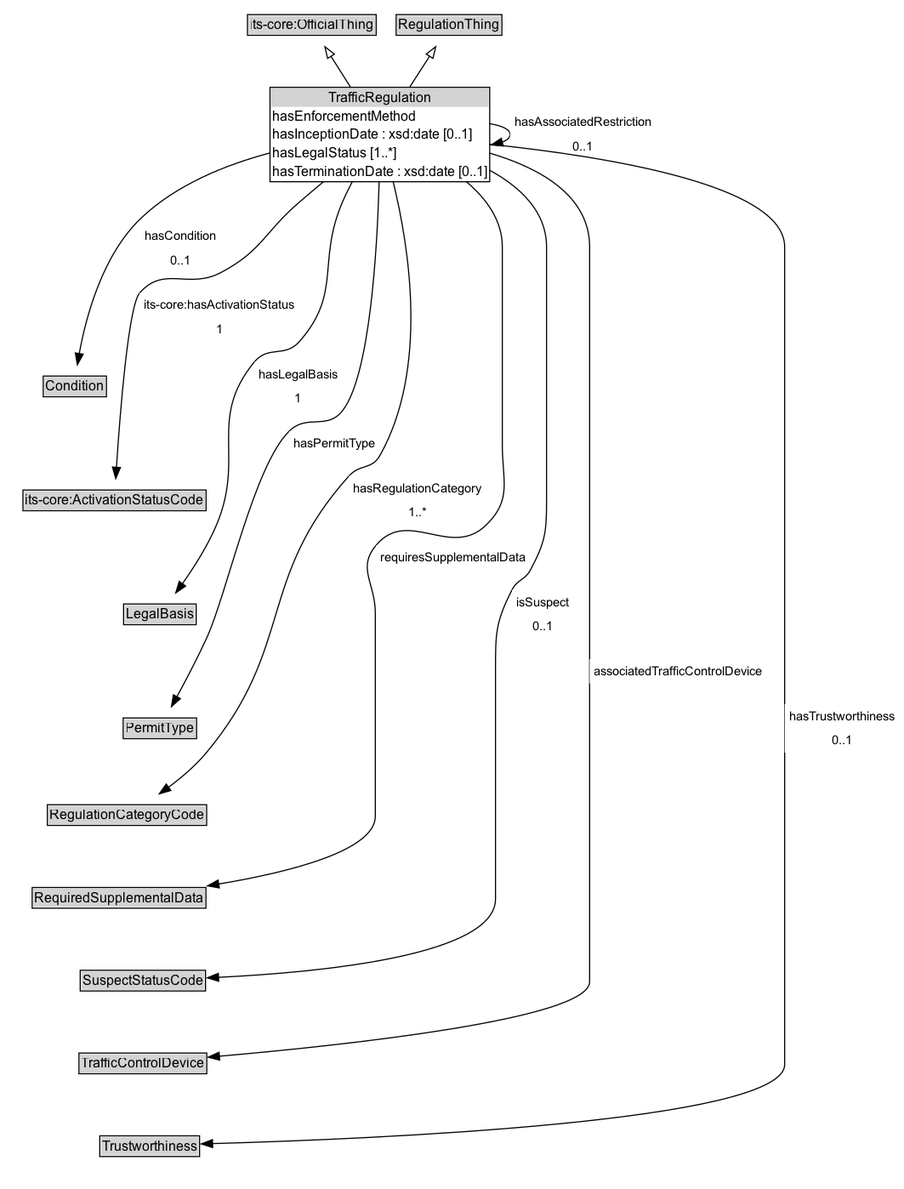
Earlier version of the Graphviz export docs/diagrams/TrafficRegulation.dot.png (k-vaughn/ontology-its-regulation). Its source is kept beside it as docs/diagrams/TrafficRegulation.dot. Source of this version:
```dot
digraph {
	graph [overlap=false rankdir=TB splines=true]
	node [fontname=Arial fontsize=12 margin=0 shape=none]
	edge [fontname=Arial fontsize=11]
	{
		rank=source
		"its-core_OfficialThing" [label=<<TABLE BORDER="1" CELLBORDER="0" CELLSPACING="0" CELLPADDING="1"><TR><TD BGCOLOR="lightgray" ALIGN="CENTER">its-core:OfficialThing</TD></TR></TABLE>> URL="https://w3id.org/itsdata/core/v1/OfficialThing" margin=0]
		RegulationThing [label=<<TABLE BORDER="1" CELLBORDER="0" CELLSPACING="0" CELLPADDING="1"><TR><TD BGCOLOR="lightgray" ALIGN="CENTER">RegulationThing</TD></TR></TABLE>> URL="../RegulationThing" margin=0]
	}
	TrafficRegulation [label=<<TABLE BORDER="1" CELLBORDER="0" CELLSPACING="0" CELLPADDING="1"><TR><TD BGCOLOR="lightgray" ALIGN="CENTER">TrafficRegulation</TD></TR><TR><TD ALIGN="LEFT">hasEnforcementMethod</TD></TR><TR><TD ALIGN="LEFT">hasInceptionDate : xsd:date [0..1]</TD></TR><TR><TD ALIGN="LEFT">hasLegalStatus [1..*]</TD></TR><TR><TD ALIGN="LEFT">hasTerminationDate : xsd:date [0..1]</TD></TR></TABLE>> URL="../TrafficRegulation" margin=0]
	{
		rank=max
	}
	subgraph cluster_associated {
		label="" style=invis
		Invis [label=<<TABLE BORDER="0" CELLBORDER="0" CELLSPACING="0" CELLPADDING="1"><TR><TD></TD></TR></TABLE>> margin=0 style=invis]
		Condition [label=<<TABLE BORDER="1" CELLBORDER="0" CELLSPACING="0" CELLPADDING="1"><TR><TD BGCOLOR="lightgray" ALIGN="CENTER">Condition</TD></TR></TABLE>> URL="../Condition" margin=0]
		"its-core_ActivationStatusCode" [label=<<TABLE BORDER="1" CELLBORDER="0" CELLSPACING="0" CELLPADDING="1"><TR><TD BGCOLOR="lightgray" ALIGN="CENTER">its-core:ActivationStatusCode</TD></TR></TABLE>> URL="https://w3id.org/itsdata/core/v1/ActivationStatusCode" margin=0]
		LegalBasis [label=<<TABLE BORDER="1" CELLBORDER="0" CELLSPACING="0" CELLPADDING="1"><TR><TD BGCOLOR="lightgray" ALIGN="CENTER">LegalBasis</TD></TR></TABLE>> URL="../LegalBasis" margin=0]
		PermitType [label=<<TABLE BORDER="1" CELLBORDER="0" CELLSPACING="0" CELLPADDING="1"><TR><TD BGCOLOR="lightgray" ALIGN="CENTER">PermitType</TD></TR></TABLE>> URL="../PermitType" margin=0]
		RegulationCategoryCode [label=<<TABLE BORDER="1" CELLBORDER="0" CELLSPACING="0" CELLPADDING="1"><TR><TD BGCOLOR="lightgray" ALIGN="CENTER">RegulationCategoryCode</TD></TR></TABLE>> URL="../RegulationCategoryCode" margin=0]
		RequiredSupplementalData [label=<<TABLE BORDER="1" CELLBORDER="0" CELLSPACING="0" CELLPADDING="1"><TR><TD BGCOLOR="lightgray" ALIGN="CENTER">RequiredSupplementalData</TD></TR></TABLE>> URL="../RequiredSupplementalData" margin=0]
		SuspectStatusCode [label=<<TABLE BORDER="1" CELLBORDER="0" CELLSPACING="0" CELLPADDING="1"><TR><TD BGCOLOR="lightgray" ALIGN="CENTER">SuspectStatusCode</TD></TR></TABLE>> URL="../SuspectStatusCode" margin=0]
		TrafficControlDevice [label=<<TABLE BORDER="1" CELLBORDER="0" CELLSPACING="0" CELLPADDING="1"><TR><TD BGCOLOR="lightgray" ALIGN="CENTER">TrafficControlDevice</TD></TR></TABLE>> URL="../TrafficControlDevice" margin=0]
		Trustworthiness [label=<<TABLE BORDER="1" CELLBORDER="0" CELLSPACING="0" CELLPADDING="1"><TR><TD BGCOLOR="lightgray" ALIGN="CENTER">Trustworthiness</TD></TR></TABLE>> URL="../Trustworthiness" margin=0]
	}
	TrafficRegulation -> "its-core_OfficialThing" [arrowhead=onormal style=solid]
	TrafficRegulation -> RegulationThing [arrowhead=onormal style=solid]
	TrafficRegulation -> Invis [style=invis]
	Invis -> Condition [style=invis]
	Condition -> "its-core_ActivationStatusCode" [style=invis]
	"its-core_ActivationStatusCode" -> LegalBasis [style=invis]
	LegalBasis -> PermitType [style=invis]
	PermitType -> RegulationCategoryCode [style=invis]
	RegulationCategoryCode -> RequiredSupplementalData [style=invis]
	RequiredSupplementalData -> SuspectStatusCode [style=invis]
	SuspectStatusCode -> TrafficControlDevice [style=invis]
	TrafficControlDevice -> Trustworthiness [style=invis]
	LegalBasis [label=<<TABLE BORDER="1" CELLBORDER="0" CELLSPACING="0" CELLPADDING="1"><TR><TD BGCOLOR="lightgray" ALIGN="CENTER">LegalBasis</TD></TR></TABLE>> URL="../LegalBasis" margin=0]
	TrafficRegulation -> LegalBasis [label=<<TABLE BORDER="0" CELLBORDER="0" CELLSPACING="0" CELLPADDING="4" BGCOLOR="white"><TR><TD ALIGN="CENTER">hasLegalBasis</TD></TR><TR><TD ALIGN="CENTER">1</TD></TR></TABLE>> arrowhead=normal style=solid]
	TrafficControlDevice [label=<<TABLE BORDER="1" CELLBORDER="0" CELLSPACING="0" CELLPADDING="1"><TR><TD BGCOLOR="lightgray" ALIGN="CENTER">TrafficControlDevice</TD></TR></TABLE>> URL="../TrafficControlDevice" margin=0]
	TrafficRegulation -> TrafficControlDevice [label=<<TABLE BORDER="0" CELLBORDER="0" CELLSPACING="0" CELLPADDING="4" BGCOLOR="white"><TR><TD ALIGN="CENTER">associatedTrafficControlDevice</TD></TR></TABLE>> arrowhead=normal style=solid]
	"its-core_ActivationStatusCode" [label=<<TABLE BORDER="1" CELLBORDER="0" CELLSPACING="0" CELLPADDING="1"><TR><TD BGCOLOR="lightgray" ALIGN="CENTER">its-core:ActivationStatusCode</TD></TR></TABLE>> URL="https://w3id.org/itsdata/core/v1/ActivationStatusCode" margin=0]
	TrafficRegulation -> "its-core_ActivationStatusCode" [label=<<TABLE BORDER="0" CELLBORDER="0" CELLSPACING="0" CELLPADDING="4" BGCOLOR="white"><TR><TD ALIGN="CENTER">its-core:hasActivationStatus</TD></TR><TR><TD ALIGN="CENTER">1</TD></TR></TABLE>> arrowhead=normal style=solid]
	TrafficRegulation -> TrafficRegulation [label=<<TABLE BORDER="0" CELLBORDER="0" CELLSPACING="0" CELLPADDING="4" BGCOLOR="white"><TR><TD ALIGN="CENTER">hasAssociatedRestriction</TD></TR><TR><TD ALIGN="CENTER">0..1</TD></TR></TABLE>> arrowhead=normal style=solid]
	Condition [label=<<TABLE BORDER="1" CELLBORDER="0" CELLSPACING="0" CELLPADDING="1"><TR><TD BGCOLOR="lightgray" ALIGN="CENTER">Condition</TD></TR></TABLE>> URL="../Condition" margin=0]
	TrafficRegulation -> Condition [label=<<TABLE BORDER="0" CELLBORDER="0" CELLSPACING="0" CELLPADDING="4" BGCOLOR="white"><TR><TD ALIGN="CENTER">hasCondition</TD></TR><TR><TD ALIGN="CENTER">0..1</TD></TR></TABLE>> arrowhead=normal style=solid]
	PermitType [label=<<TABLE BORDER="1" CELLBORDER="0" CELLSPACING="0" CELLPADDING="1"><TR><TD BGCOLOR="lightgray" ALIGN="CENTER">PermitType</TD></TR></TABLE>> URL="../PermitType" margin=0]
	TrafficRegulation -> PermitType [label=<<TABLE BORDER="0" CELLBORDER="0" CELLSPACING="0" CELLPADDING="4" BGCOLOR="white"><TR><TD ALIGN="CENTER">hasPermitType</TD></TR></TABLE>> arrowhead=normal style=solid]
	RegulationCategoryCode [label=<<TABLE BORDER="1" CELLBORDER="0" CELLSPACING="0" CELLPADDING="1"><TR><TD BGCOLOR="lightgray" ALIGN="CENTER">RegulationCategoryCode</TD></TR></TABLE>> URL="../RegulationCategoryCode" margin=0]
	TrafficRegulation -> RegulationCategoryCode [label=<<TABLE BORDER="0" CELLBORDER="0" CELLSPACING="0" CELLPADDING="4" BGCOLOR="white"><TR><TD ALIGN="CENTER">hasRegulationCategory</TD></TR><TR><TD ALIGN="CENTER">1..*</TD></TR></TABLE>> arrowhead=normal style=solid]
	RequiredSupplementalData [label=<<TABLE BORDER="1" CELLBORDER="0" CELLSPACING="0" CELLPADDING="1"><TR><TD BGCOLOR="lightgray" ALIGN="CENTER">RequiredSupplementalData</TD></TR></TABLE>> URL="../RequiredSupplementalData" margin=0]
	TrafficRegulation -> RequiredSupplementalData [label=<<TABLE BORDER="0" CELLBORDER="0" CELLSPACING="0" CELLPADDING="4" BGCOLOR="white"><TR><TD ALIGN="CENTER">requiresSupplementalData</TD></TR></TABLE>> arrowhead=normal style=solid]
	Trustworthiness [label=<<TABLE BORDER="1" CELLBORDER="0" CELLSPACING="0" CELLPADDING="1"><TR><TD BGCOLOR="lightgray" ALIGN="CENTER">Trustworthiness</TD></TR></TABLE>> URL="../Trustworthiness" margin=0]
	TrafficRegulation -> Trustworthiness [label=<<TABLE BORDER="0" CELLBORDER="0" CELLSPACING="0" CELLPADDING="4" BGCOLOR="white"><TR><TD ALIGN="CENTER">hasTrustworthiness</TD></TR><TR><TD ALIGN="CENTER">0..1</TD></TR></TABLE>> arrowhead=normal style=solid]
	SuspectStatusCode [label=<<TABLE BORDER="1" CELLBORDER="0" CELLSPACING="0" CELLPADDING="1"><TR><TD BGCOLOR="lightgray" ALIGN="CENTER">SuspectStatusCode</TD></TR></TABLE>> URL="../SuspectStatusCode" margin=0]
	TrafficRegulation -> SuspectStatusCode [label=<<TABLE BORDER="0" CELLBORDER="0" CELLSPACING="0" CELLPADDING="4" BGCOLOR="white"><TR><TD ALIGN="CENTER">isSuspect</TD></TR><TR><TD ALIGN="CENTER">0..1</TD></TR></TABLE>> arrowhead=normal style=solid]
}
```
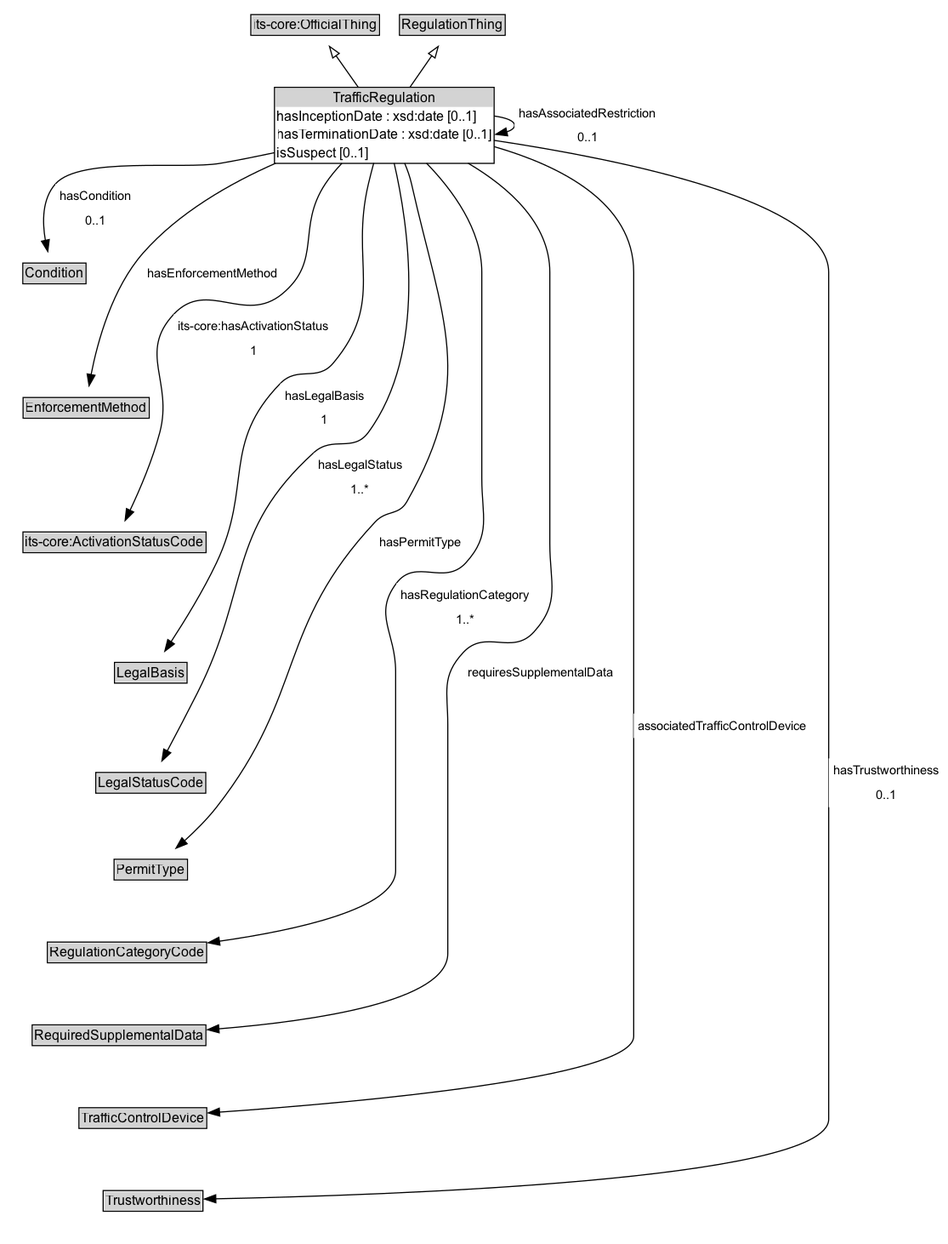
After the commit.

Diff of the diagram source:
```diff
@@ -7,7 +7,7 @@
 		"its-core_OfficialThing" [label=<<TABLE BORDER="1" CELLBORDER="0" CELLSPACING="0" CELLPADDING="1"><TR><TD BGCOLOR="lightgray" ALIGN="CENTER">its-core:OfficialThing</TD></TR></TABLE>> URL="https://w3id.org/itsdata/core/v1/OfficialThing" margin=0]
 		RegulationThing [label=<<TABLE BORDER="1" CELLBORDER="0" CELLSPACING="0" CELLPADDING="1"><TR><TD BGCOLOR="lightgray" ALIGN="CENTER">RegulationThing</TD></TR></TABLE>> URL="../RegulationThing" margin=0]
 	}
-	TrafficRegulation [label=<<TABLE BORDER="1" CELLBORDER="0" CELLSPACING="0" CELLPADDING="1"><TR><TD BGCOLOR="lightgray" ALIGN="CENTER">TrafficRegulation</TD></TR><TR><TD ALIGN="LEFT">hasEnforcementMethod</TD></TR><TR><TD ALIGN="LEFT">hasInceptionDate : xsd:date [0..1]</TD></TR><TR><TD ALIGN="LEFT">hasLegalStatus [1..*]</TD></TR><TR><TD ALIGN="LEFT">hasTerminationDate : xsd:date [0..1]</TD></TR></TABLE>> URL="../TrafficRegulation" margin=0]
+	TrafficRegulation [label=<<TABLE BORDER="1" CELLBORDER="0" CELLSPACING="0" CELLPADDING="1"><TR><TD BGCOLOR="lightgray" ALIGN="CENTER">TrafficRegulation</TD></TR><TR><TD ALIGN="LEFT">hasInceptionDate : xsd:date [0..1]</TD></TR><TR><TD ALIGN="LEFT">hasTerminationDate : xsd:date [0..1]</TD></TR><TR><TD ALIGN="LEFT">isSuspect [0..1]</TD></TR></TABLE>> URL="../TrafficRegulation" margin=0]
 	{
 		rank=max
 	}
@@ -15,12 +15,13 @@
 		label="" style=invis
 		Invis [label=<<TABLE BORDER="0" CELLBORDER="0" CELLSPACING="0" CELLPADDING="1"><TR><TD></TD></TR></TABLE>> margin=0 style=invis]
 		Condition [label=<<TABLE BORDER="1" CELLBORDER="0" CELLSPACING="0" CELLPADDING="1"><TR><TD BGCOLOR="lightgray" ALIGN="CENTER">Condition</TD></TR></TABLE>> URL="../Condition" margin=0]
+		EnforcementMethod [label=<<TABLE BORDER="1" CELLBORDER="0" CELLSPACING="0" CELLPADDING="1"><TR><TD BGCOLOR="lightgray" ALIGN="CENTER">EnforcementMethod</TD></TR></TABLE>> URL="../EnforcementMethod" margin=0]
 		"its-core_ActivationStatusCode" [label=<<TABLE BORDER="1" CELLBORDER="0" CELLSPACING="0" CELLPADDING="1"><TR><TD BGCOLOR="lightgray" ALIGN="CENTER">its-core:ActivationStatusCode</TD></TR></TABLE>> URL="https://w3id.org/itsdata/core/v1/ActivationStatusCode" margin=0]
 		LegalBasis [label=<<TABLE BORDER="1" CELLBORDER="0" CELLSPACING="0" CELLPADDING="1"><TR><TD BGCOLOR="lightgray" ALIGN="CENTER">LegalBasis</TD></TR></TABLE>> URL="../LegalBasis" margin=0]
+		LegalStatusCode [label=<<TABLE BORDER="1" CELLBORDER="0" CELLSPACING="0" CELLPADDING="1"><TR><TD BGCOLOR="lightgray" ALIGN="CENTER">LegalStatusCode</TD></TR></TABLE>> URL="../LegalStatusCode" margin=0]
 		PermitType [label=<<TABLE BORDER="1" CELLBORDER="0" CELLSPACING="0" CELLPADDING="1"><TR><TD BGCOLOR="lightgray" ALIGN="CENTER">PermitType</TD></TR></TABLE>> URL="../PermitType" margin=0]
 		RegulationCategoryCode [label=<<TABLE BORDER="1" CELLBORDER="0" CELLSPACING="0" CELLPADDING="1"><TR><TD BGCOLOR="lightgray" ALIGN="CENTER">RegulationCategoryCode</TD></TR></TABLE>> URL="../RegulationCategoryCode" margin=0]
 		RequiredSupplementalData [label=<<TABLE BORDER="1" CELLBORDER="0" CELLSPACING="0" CELLPADDING="1"><TR><TD BGCOLOR="lightgray" ALIGN="CENTER">RequiredSupplementalData</TD></TR></TABLE>> URL="../RequiredSupplementalData" margin=0]
-		SuspectStatusCode [label=<<TABLE BORDER="1" CELLBORDER="0" CELLSPACING="0" CELLPADDING="1"><TR><TD BGCOLOR="lightgray" ALIGN="CENTER">SuspectStatusCode</TD></TR></TABLE>> URL="../SuspectStatusCode" margin=0]
 		TrafficControlDevice [label=<<TABLE BORDER="1" CELLBORDER="0" CELLSPACING="0" CELLPADDING="1"><TR><TD BGCOLOR="lightgray" ALIGN="CENTER">TrafficControlDevice</TD></TR></TABLE>> URL="../TrafficControlDevice" margin=0]
 		Trustworthiness [label=<<TABLE BORDER="1" CELLBORDER="0" CELLSPACING="0" CELLPADDING="1"><TR><TD BGCOLOR="lightgray" ALIGN="CENTER">Trustworthiness</TD></TR></TABLE>> URL="../Trustworthiness" margin=0]
 	}
@@ -28,13 +29,14 @@
 	TrafficRegulation -> RegulationThing [arrowhead=onormal style=solid]
 	TrafficRegulation -> Invis [style=invis]
 	Invis -> Condition [style=invis]
-	Condition -> "its-core_ActivationStatusCode" [style=invis]
+	Condition -> EnforcementMethod [style=invis]
+	EnforcementMethod -> "its-core_ActivationStatusCode" [style=invis]
 	"its-core_ActivationStatusCode" -> LegalBasis [style=invis]
-	LegalBasis -> PermitType [style=invis]
+	LegalBasis -> LegalStatusCode [style=invis]
+	LegalStatusCode -> PermitType [style=invis]
 	PermitType -> RegulationCategoryCode [style=invis]
 	RegulationCategoryCode -> RequiredSupplementalData [style=invis]
-	RequiredSupplementalData -> SuspectStatusCode [style=invis]
-	SuspectStatusCode -> TrafficControlDevice [style=invis]
+	RequiredSupplementalData -> TrafficControlDevice [style=invis]
 	TrafficControlDevice -> Trustworthiness [style=invis]
 	LegalBasis [label=<<TABLE BORDER="1" CELLBORDER="0" CELLSPACING="0" CELLPADDING="1"><TR><TD BGCOLOR="lightgray" ALIGN="CENTER">LegalBasis</TD></TR></TABLE>> URL="../LegalBasis" margin=0]
 	TrafficRegulation -> LegalBasis [label=<<TABLE BORDER="0" CELLBORDER="0" CELLSPACING="0" CELLPADDING="4" BGCOLOR="white"><TR><TD ALIGN="CENTER">hasLegalBasis</TD></TR><TR><TD ALIGN="CENTER">1</TD></TR></TABLE>> arrowhead=normal style=solid]
@@ -53,6 +55,8 @@
 	TrafficRegulation -> RequiredSupplementalData [label=<<TABLE BORDER="0" CELLBORDER="0" CELLSPACING="0" CELLPADDING="4" BGCOLOR="white"><TR><TD ALIGN="CENTER">requiresSupplementalData</TD></TR></TABLE>> arrowhead=normal style=solid]
 	Trustworthiness [label=<<TABLE BORDER="1" CELLBORDER="0" CELLSPACING="0" CELLPADDING="1"><TR><TD BGCOLOR="lightgray" ALIGN="CENTER">Trustworthiness</TD></TR></TABLE>> URL="../Trustworthiness" margin=0]
 	TrafficRegulation -> Trustworthiness [label=<<TABLE BORDER="0" CELLBORDER="0" CELLSPACING="0" CELLPADDING="4" BGCOLOR="white"><TR><TD ALIGN="CENTER">hasTrustworthiness</TD></TR><TR><TD ALIGN="CENTER">0..1</TD></TR></TABLE>> arrowhead=normal style=solid]
-	SuspectStatusCode [label=<<TABLE BORDER="1" CELLBORDER="0" CELLSPACING="0" CELLPADDING="1"><TR><TD BGCOLOR="lightgray" ALIGN="CENTER">SuspectStatusCode</TD></TR></TABLE>> URL="../SuspectStatusCode" margin=0]
-	TrafficRegulation -> SuspectStatusCode [label=<<TABLE BORDER="0" CELLBORDER="0" CELLSPACING="0" CELLPADDING="4" BGCOLOR="white"><TR><TD ALIGN="CENTER">isSuspect</TD></TR><TR><TD ALIGN="CENTER">0..1</TD></TR></TABLE>> arrowhead=normal style=solid]
+	EnforcementMethod [label=<<TABLE BORDER="1" CELLBORDER="0" CELLSPACING="0" CELLPADDING="1"><TR><TD BGCOLOR="lightgray" ALIGN="CENTER">EnforcementMethod</TD></TR></TABLE>> URL="../EnforcementMethod" margin=0]
+	TrafficRegulation -> EnforcementMethod [label=<<TABLE BORDER="0" CELLBORDER="0" CELLSPACING="0" CELLPADDING="4" BGCOLOR="white"><TR><TD ALIGN="CENTER">hasEnforcementMethod</TD></TR></TABLE>> arrowhead=normal style=solid]
+	LegalStatusCode [label=<<TABLE BORDER="1" CELLBORDER="0" CELLSPACING="0" CELLPADDING="1"><TR><TD BGCOLOR="lightgray" ALIGN="CENTER">LegalStatusCode</TD></TR></TABLE>> URL="../LegalStatusCode" margin=0]
+	TrafficRegulation -> LegalStatusCode [label=<<TABLE BORDER="0" CELLBORDER="0" CELLSPACING="0" CELLPADDING="4" BGCOLOR="white"><TR><TD ALIGN="CENTER">hasLegalStatus</TD></TR><TR><TD ALIGN="CENTER">1..*</TD></TR></TABLE>> arrowhead=normal style=solid]
 }
```
